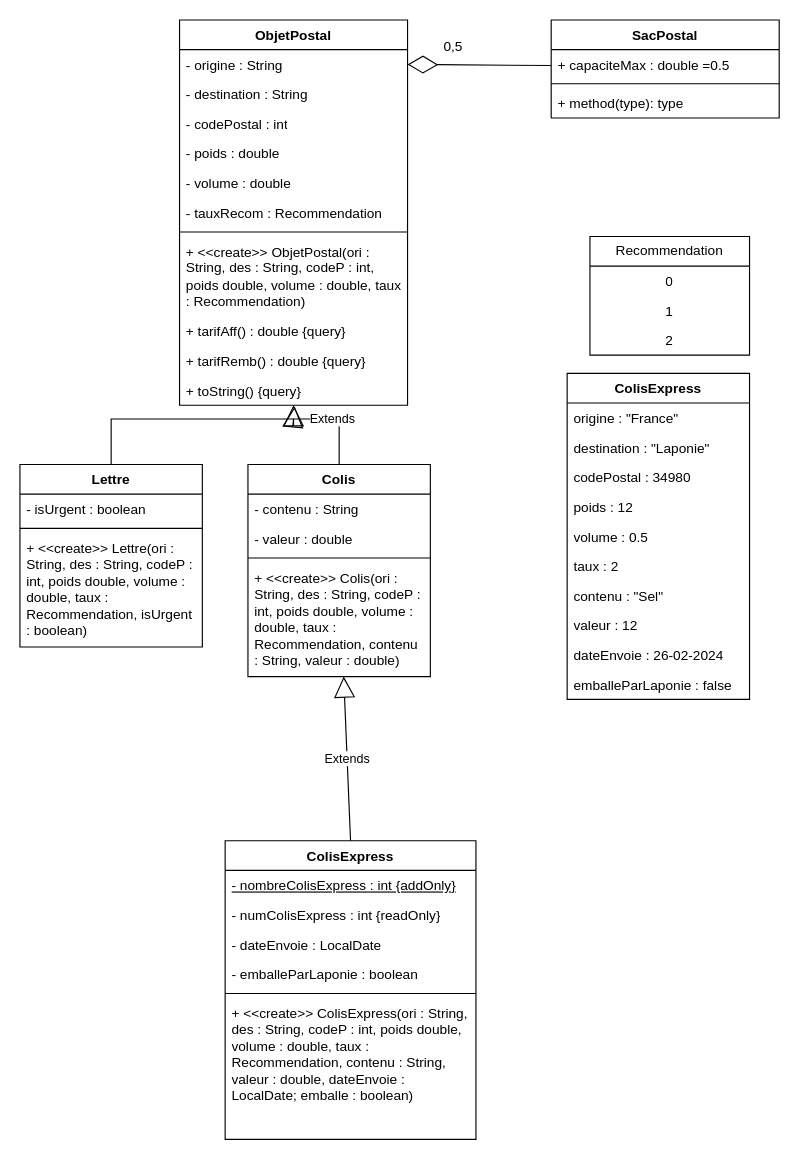
Earlier version of the draw.io diagram src/TP4/partie2/TD4.drawio (Byxis/HA8403I). Source tidied: cells renumbered, new cells numbered last; positions are measured from the earlier drawing's top-left corner, leaving out a move shared by most shapes. Both pictures are drawn from the tidied source at 114%, with x=0, y=0 at pixel (19, 19).
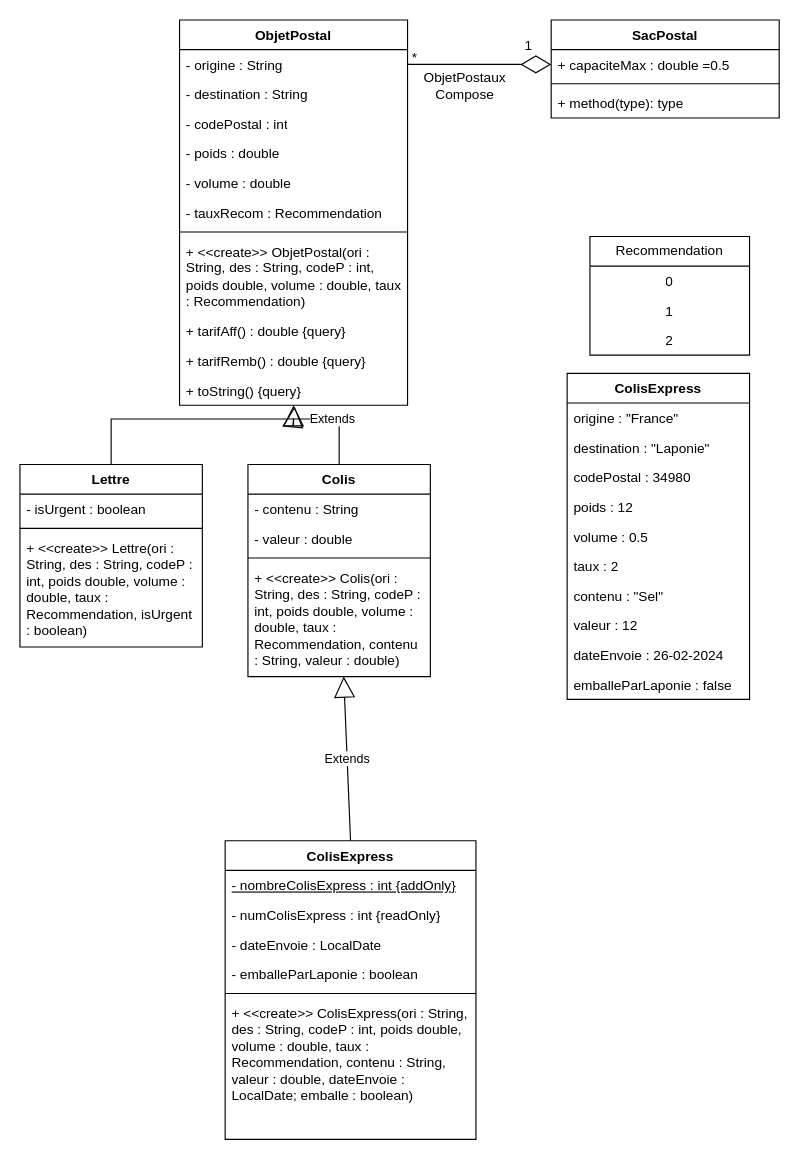
The same diagram, later.

Unchanged cells that the change refers to:
```xml
<mxCell id="3" value="&lt;div&gt;- origine : String&lt;/div&gt;" style="text;strokeColor=none;fillColor=none;align=left;verticalAlign=top;spacingLeft=4;spacingRight=4;overflow=hidden;points=[[0,0.5],[1,0.5]];portConstraint=eastwest;whiteSpace=wrap;html=1;" parent="2" vertex="1">
  <mxGeometry y="26" width="200" height="26" as="geometry" />
</mxCell>
<mxCell id="48" value="SacPostal" style="swimlane;fontStyle=1;align=center;verticalAlign=top;horizontal=1;startSize=26;whiteSpace=wrap;html=1;" parent="1" vertex="1">
  <mxGeometry x="466" width="200" height="86" as="geometry" />
</mxCell>
<mxCell id="49" value="+ capaciteMax : double =0.5" style="text;strokeColor=none;fillColor=none;align=left;verticalAlign=top;spacingLeft=4;spacingRight=4;overflow=hidden;points=[[0,0.5],[1,0.5]];portConstraint=eastwest;whiteSpace=wrap;html=1;" parent="48" vertex="1">
  <mxGeometry y="26" width="200" height="26" as="geometry" />
</mxCell>
```

The edit, as a diff of the source:
```diff
@@
-    <mxCell id="50" style="endArrow=diamondThin;endFill=0;endSize=24;html=1;rounded=0;entryX=1;entryY=0.5;entryDx=0;entryDy=0;" parent="48" edge="1" target="3">
-      <mxGeometry relative="1" as="geometry">
-        <mxPoint y="40" as="sourcePoint" />
-      </mxGeometry>
-    </mxCell>
@@
-    <mxCell id="53" value="0,5" style="text;strokeColor=none;fillColor=none;align=left;verticalAlign=top;spacingLeft=4;spacingRight=4;overflow=hidden;whiteSpace=wrap;html=1;" parent="1" vertex="1">
-      <mxGeometry x="366" y="10" width="100" height="26" as="geometry" />
-    </mxCell>
+    <mxCell id="50" style="endArrow=diamondThin;endFill=0;endSize=24;html=1;rounded=0;exitX=1;exitY=0.5;exitDx=0;exitDy=0;entryX=0;entryY=0.5;entryDx=0;entryDy=0;" parent="1" edge="1" source="3" target="49">
+      <mxGeometry relative="1" as="geometry" />
+    </mxCell>
+    <mxCell id="54" value="*" style="text;html=1;align=center;verticalAlign=middle;strokeColor=none;fillColor=none;" parent="1" vertex="1">
+      <mxGeometry x="331" y="18" width="30" height="30" as="geometry" />
+    </mxCell>
+    <mxCell id="55" value="1" style="text;html=1;align=center;verticalAlign=middle;strokeColor=none;fillColor=none;" parent="1" vertex="1">
+      <mxGeometry x="431" y="8" width="30" height="30" as="geometry" />
+    </mxCell>
+    <mxCell id="56" value="ObjetPostaux&lt;br&gt;Compose" style="text;html=1;align=center;verticalAlign=middle;strokeColor=none;fillColor=none;" parent="1" vertex="1">
+      <mxGeometry x="340" y="38" width="100" height="40" as="geometry" />
+    </mxCell>
```
